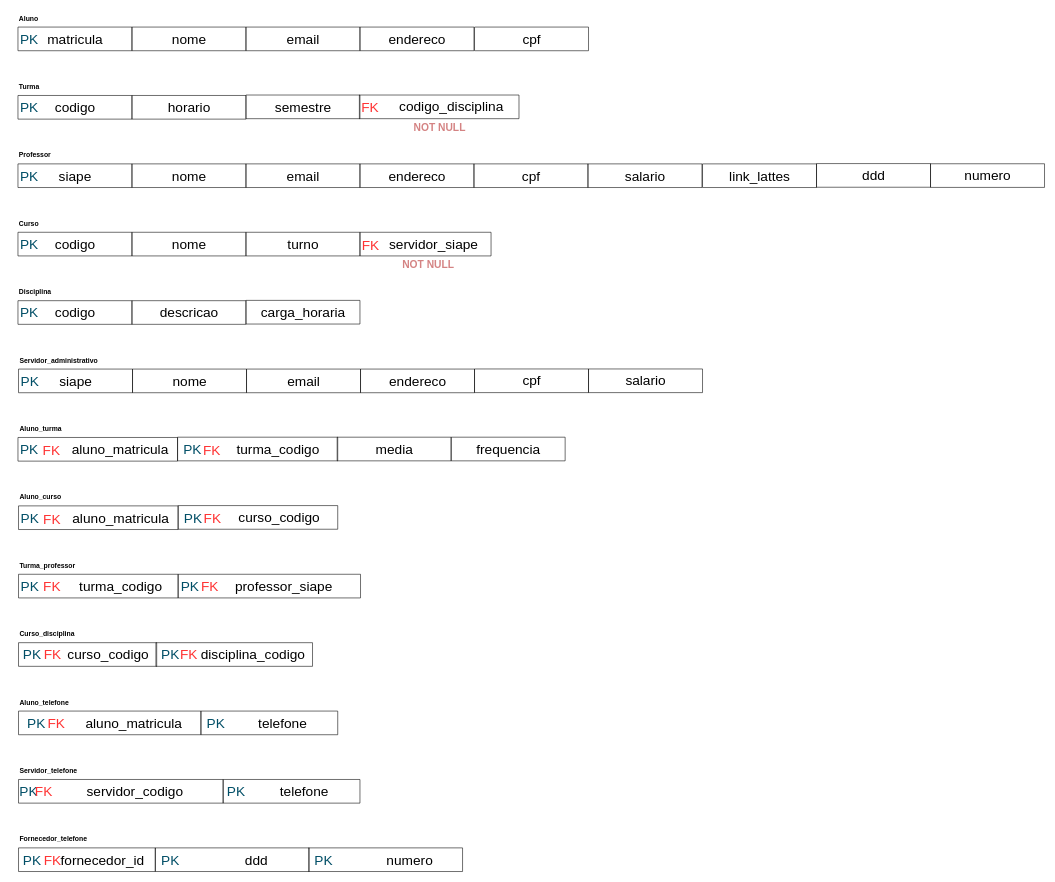
The draw.io diagram LEOBDATV6-1.drawio in Konitch/Diagram, before the edit. Source tidied: cells renumbered, new cells numbered last; positions are measured from the earlier drawing's top-left corner, leaving out a move shared by most shapes. Both pictures are drawn from the tidied source at 57%, with x=0, y=0 at pixel (9, 10).
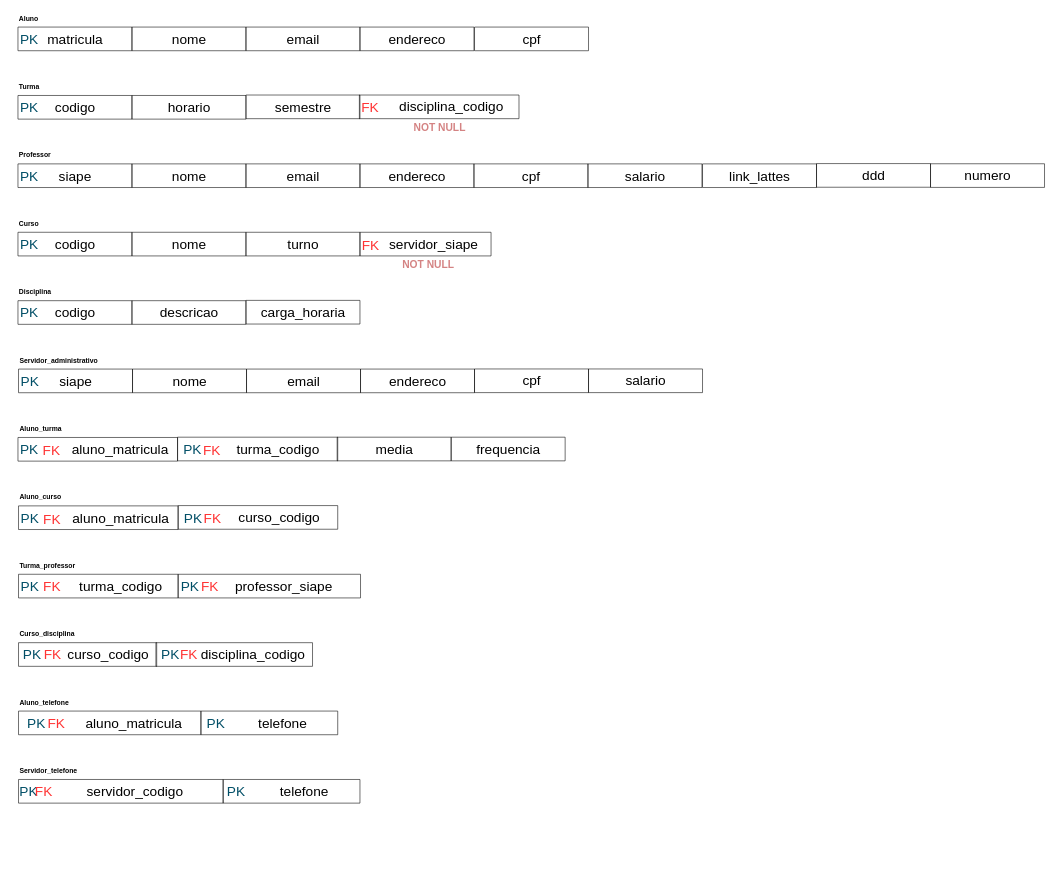
The same page after the edit.

Unchanged cells that the change refers to:
```xml
<mxCell id="15" style="swimlane;startSize=0;" parent="14" vertex="1">
  <mxGeometry width="280" height="41.5" as="geometry" />
</mxCell>
```

Diff of the diagram source:
```diff
@@
-    <mxCell id="16" value="&lt;span style=&quot;font-size: 24px;&quot;&gt;codigo_disciplina&lt;/span&gt;" style="text;html=1;align=center;verticalAlign=middle;strokeColor=none;fillColor=none;" parent="15" vertex="1">
+    <mxCell id="16" value="&lt;span style=&quot;font-size: 24px;&quot;&gt;disciplina_codigo&lt;/span&gt;" style="text;html=1;align=center;verticalAlign=middle;strokeColor=none;fillColor=none;" parent="15" vertex="1">
       <mxGeometry x="56" y="1" width="210" height="40" as="geometry" />
     </mxCell>
@@
-    <mxCell id="131" style="group;" parent="1" vertex="1">
-      <mxGeometry x="16" y="1470" width="240" height="43" as="geometry" />
-    </mxCell>
-    <mxCell id="132" style="swimlane;startSize=0;" parent="131" vertex="1">
-      <mxGeometry width="240" height="41.5" as="geometry" />
-    </mxCell>
-    <mxCell id="133" value="&lt;font style=&quot;font-size: 24px;&quot;&gt;fornecedor_id&lt;/font&gt;" style="text;html=1;align=center;verticalAlign=middle;strokeColor=none;fillColor=none;" parent="132" vertex="1">
-      <mxGeometry x="62.4" y="1.5" width="170" height="40" as="geometry" />
-    </mxCell>
-    <mxCell id="134" value="&lt;font color=&quot;#014e66&quot; style=&quot;font-size: 24px;&quot;&gt;PK&lt;/font&gt;" style="text;html=1;align=center;verticalAlign=middle;whiteSpace=wrap;rounded=0;" parent="132" vertex="1">
-      <mxGeometry x="-12" y="6.5" width="72" height="30" as="geometry" />
-    </mxCell>
-    <mxCell id="135" value="&lt;font color=&quot;#ff3333&quot; style=&quot;font-size: 24px;&quot;&gt;FK&lt;/font&gt;" style="text;html=1;align=center;verticalAlign=middle;whiteSpace=wrap;rounded=0;" parent="132" vertex="1">
-      <mxGeometry x="30" y="6.5" width="60" height="30" as="geometry" />
-    </mxCell>
-    <mxCell id="136" style="group;" parent="1" vertex="1">
-      <mxGeometry x="256" y="1470" width="270" height="43" as="geometry" />
-    </mxCell>
-    <mxCell id="137" style="swimlane;startSize=0;" parent="136" vertex="1">
-      <mxGeometry width="270" height="41.5" as="geometry" />
-    </mxCell>
-    <mxCell id="138" value="&lt;font style=&quot;font-size: 24px;&quot;&gt;ddd&lt;/font&gt;" style="text;html=1;align=center;verticalAlign=middle;strokeColor=none;fillColor=none;" parent="137" vertex="1">
-      <mxGeometry x="147" y="1.5" width="60" height="40" as="geometry" />
-    </mxCell>
-    <mxCell id="139" value="&lt;font color=&quot;#014e66&quot; style=&quot;font-size: 24px;&quot;&gt;PK&lt;/font&gt;" style="text;html=1;align=center;verticalAlign=middle;whiteSpace=wrap;rounded=0;" parent="137" vertex="1">
-      <mxGeometry x="-21.6" y="6.5" width="97.2" height="30" as="geometry" />
-    </mxCell>
-    <mxCell id="140" value="&lt;b&gt;Fornecedor_telefone&lt;/b&gt;" style="text;html=1;align=left;verticalAlign=middle;whiteSpace=wrap;rounded=0;" parent="1" vertex="1">
-      <mxGeometry x="16" y="1440" width="110" height="30" as="geometry" />
-    </mxCell>
@@
-    <mxCell id="192" style="group;" parent="1" vertex="1">
-      <mxGeometry x="525" y="1470" width="270" height="43" as="geometry" />
-    </mxCell>
-    <mxCell id="193" style="swimlane;startSize=0;" parent="192" vertex="1">
-      <mxGeometry width="270" height="41.5" as="geometry" />
-    </mxCell>
-    <mxCell id="194" value="&lt;font style=&quot;font-size: 24px;&quot;&gt;numero&lt;/font&gt;" style="text;html=1;align=center;verticalAlign=middle;strokeColor=none;fillColor=none;" parent="193" vertex="1">
-      <mxGeometry x="127" y="1.5" width="100" height="40" as="geometry" />
-    </mxCell>
-    <mxCell id="195" value="&lt;font color=&quot;#014e66&quot; style=&quot;font-size: 24px;&quot;&gt;PK&lt;/font&gt;" style="text;html=1;align=center;verticalAlign=middle;whiteSpace=wrap;rounded=0;" parent="193" vertex="1">
-      <mxGeometry x="-21.6" y="6.5" width="97.2" height="30" as="geometry" />
-    </mxCell>
```
